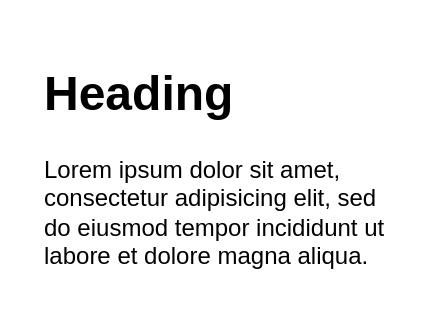
Before: page "18 OCT" (1 of 2) of Interview/FB_Design.drawio in ashwiniadlakha/draw_io, a draw.io diagram. Source tidied: cells renumbered, new cells numbered last; positions are measured from the earlier drawing's top-left corner, leaving out a move shared by most shapes. Both pictures are drawn from the tidied source at 200%, with x=0, y=0 at pixel (34, 54).
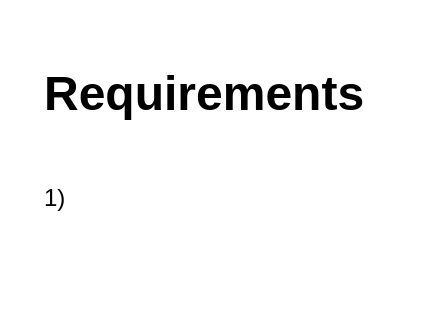
The same page after the edit.

What changed in the source:
```diff
@@
 <mxGraphModel>
   <root>
     <mxCell id="0" />
     <mxCell id="1" parent="0" />
-    <mxCell id="2" value="&lt;h1&gt;Heading&lt;/h1&gt;&lt;p&gt;Lorem ipsum dolor sit amet, consectetur adipisicing elit, sed do eiusmod tempor incididunt ut labore et dolore magna aliqua.&lt;/p&gt;" style="text;html=1;strokeColor=none;fillColor=none;spacing=5;spacingTop=-20;whiteSpace=wrap;overflow=hidden;rounded=0;" parent="1" vertex="1">
+    <mxCell id="2" value="&lt;h1&gt;Requirements&lt;/h1&gt;&lt;div&gt;&lt;br&gt;&lt;/div&gt;&lt;div&gt;1)&amp;nbsp;&lt;/div&gt;" style="text;html=1;strokeColor=none;fillColor=none;spacing=5;spacingTop=-20;whiteSpace=wrap;overflow=hidden;rounded=0;" parent="1" vertex="1">
       <mxGeometry width="190" height="120" as="geometry" />
     </mxCell>
   </root>
 </mxGraphModel>
```
